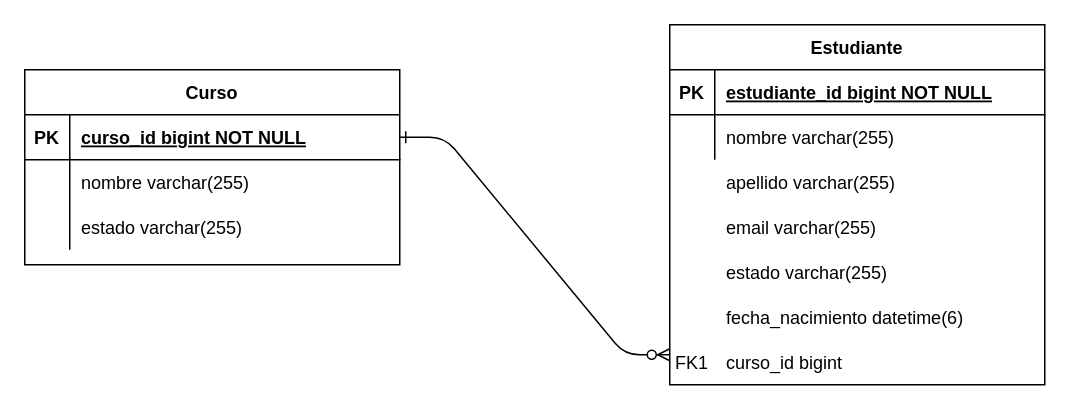
This is Untitled Diagram.drawio from wilmerG123/PruebaJava, a draw.io file, before an edit. Source tidied: cells renumbered, new cells numbered last; positions are measured from the earlier drawing's top-left corner, leaving out a move shared by most shapes. Both pictures are drawn from the tidied source at 150%, with x=0, y=0 at pixel (24, 24).
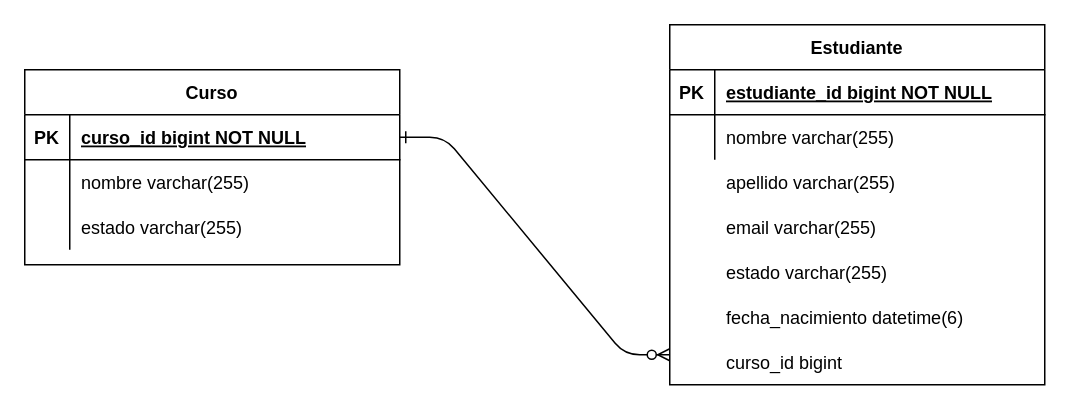
The same page after the edit.

What changed in the source:
```diff
@@
-    <mxCell id="25" value="FK1" style="shape=partialRectangle;overflow=hidden;fillColor=none;top=0;left=0;bottom=0;right=0;" parent="1" vertex="1">
-      <mxGeometry x="430" y="210" width="30" height="30" as="geometry" />
-    </mxCell>
```
